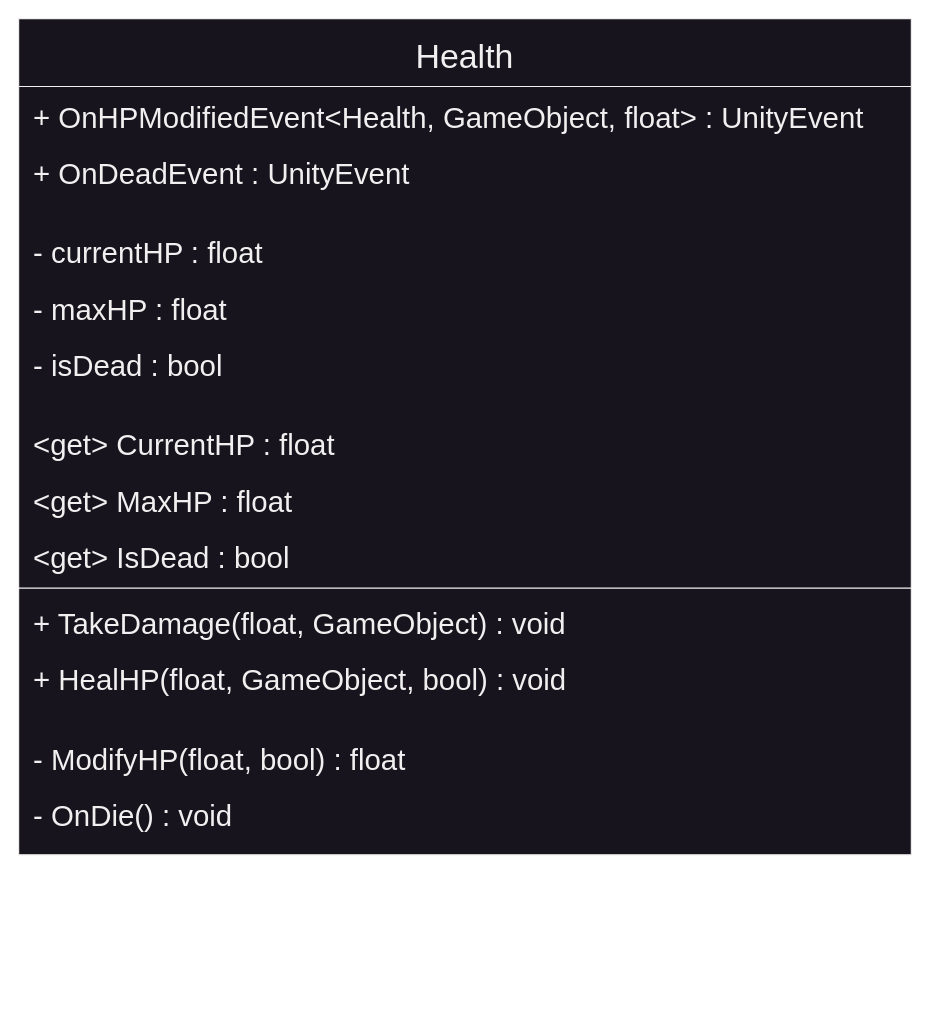
Before: UML/Modules/Health.drawio in SEH00N/WakDefence, a draw.io diagram. Source tidied: cells renumbered, new cells numbered last; positions are measured from the earlier drawing's top-left corner, leaving out a move shared by most shapes. Both pictures are drawn from the tidied source at 113%, with x=0, y=0 at pixel (18, 18).
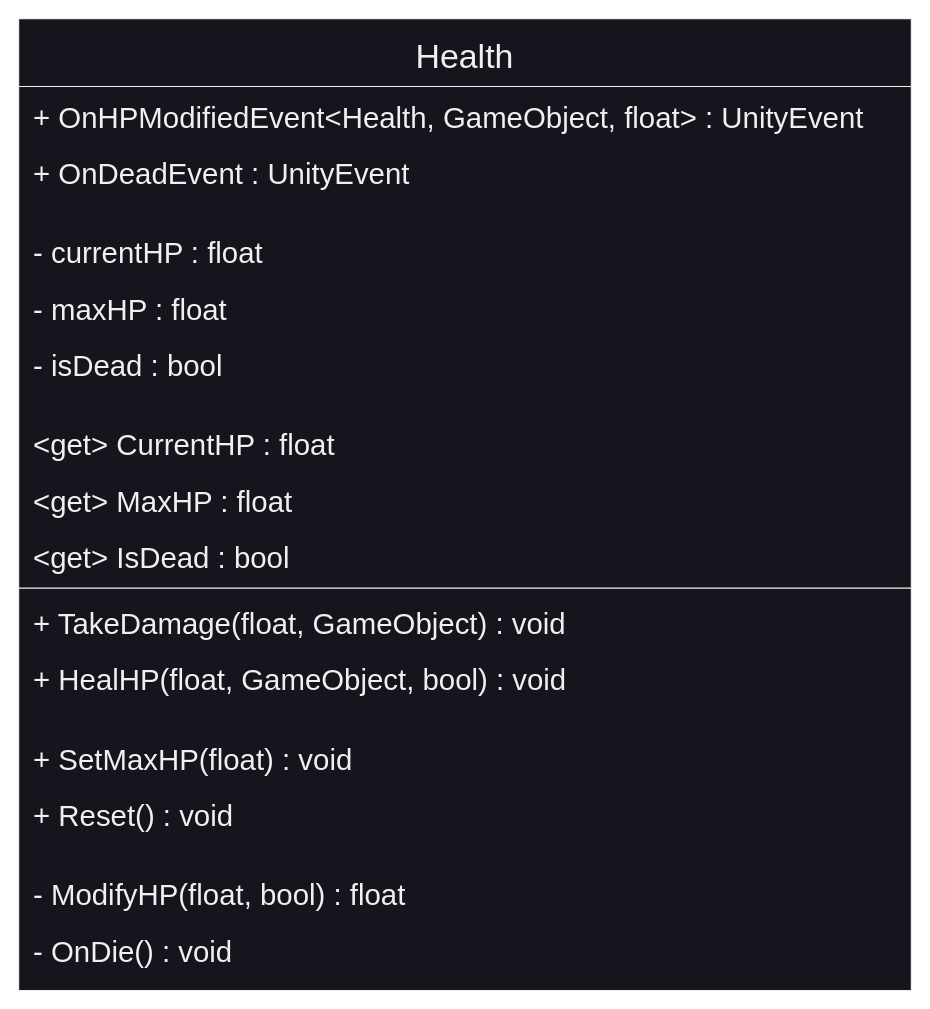
Above is the later version.

Commit message (it also covers changes not shown here):
implement uml

The edit, as a diff of the source:
```diff
@@
     <mxCell id="2" value="Health" style="swimlane;fontStyle=0;align=center;verticalAlign=middle;horizontal=1;startSize=60;rounded=0;shadow=0;strokeWidth=1;spacingTop=0;spacingBottom=0;spacingRight=0;fillColor=#18141D;swimlaneFillColor=#18141D;fillStyle=solid;fontColor=#F0F0F0;strokeColor=#F0F0F0;fontSize=30;" parent="1" vertex="1">
-      <mxGeometry width="790" height="740" as="geometry" />
+      <mxGeometry width="790" height="860" as="geometry" />
     </mxCell>
@@
+    <mxCell id="19" value=" + SetMaxHP(float) : void" style="text;align=left;verticalAlign=middle;spacingLeft=4;spacingRight=4;overflow=hidden;rounded=0;shadow=0;html=0;fontColor=#F0F0F0;fontSize=26;" parent="2" vertex="1">
+      <mxGeometry y="628" width="790" height="50" as="geometry" />
+    </mxCell>
+    <mxCell id="20" value=" + Reset() : void" style="text;align=left;verticalAlign=middle;spacingLeft=4;spacingRight=4;overflow=hidden;rounded=0;shadow=0;html=0;fontColor=#F0F0F0;fontSize=26;" parent="2" vertex="1">
+      <mxGeometry y="678" width="790" height="50" as="geometry" />
+    </mxCell>
+    <mxCell id="21" value=" " style="text;align=left;verticalAlign=middle;spacingLeft=4;spacingRight=4;overflow=hidden;rounded=0;shadow=0;html=0;fontSize=26;" parent="2" vertex="1">
+      <mxGeometry y="728" width="790" height="20" as="geometry" />
+    </mxCell>
     <mxCell id="17" value=" - ModifyHP(float, bool) : float" style="text;align=left;verticalAlign=middle;spacingLeft=4;spacingRight=4;overflow=hidden;rounded=0;shadow=0;html=0;fontColor=#F0F0F0;fontSize=26;" parent="2" vertex="1">
-      <mxGeometry y="628" width="790" height="50" as="geometry" />
+      <mxGeometry y="748" width="790" height="50" as="geometry" />
     </mxCell>
     <mxCell id="18" value=" - OnDie() : void" style="text;align=left;verticalAlign=middle;spacingLeft=4;spacingRight=4;overflow=hidden;rounded=0;shadow=0;html=0;fontColor=#F0F0F0;fontSize=26;" parent="2" vertex="1">
-      <mxGeometry y="678" width="790" height="50" as="geometry" />
+      <mxGeometry y="798" width="790" height="50" as="geometry" />
     </mxCell>
```
